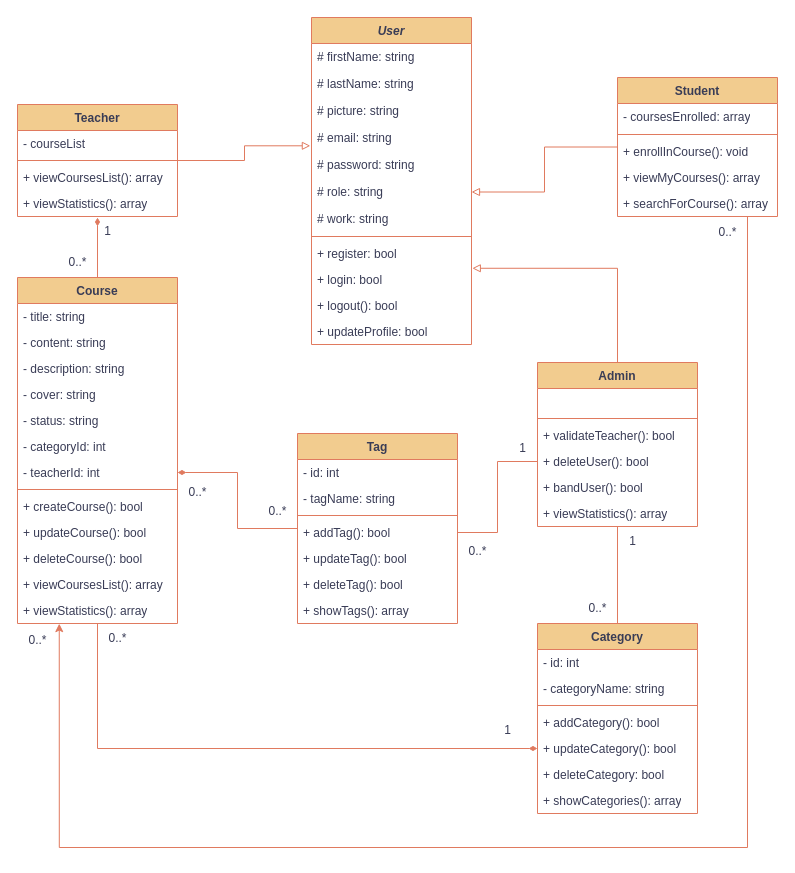
aliyara290/GoLearning keeps this draw.io diagram as diagrams/class-diagram.drawio. Above is the earlier version. Source tidied: cells renumbered, new cells numbered last; positions are measured from the earlier drawing's top-left corner, leaving out a move shared by most shapes. Both pictures are drawn from the tidied source at 100%, with x=0, y=0 at pixel (17, 17).
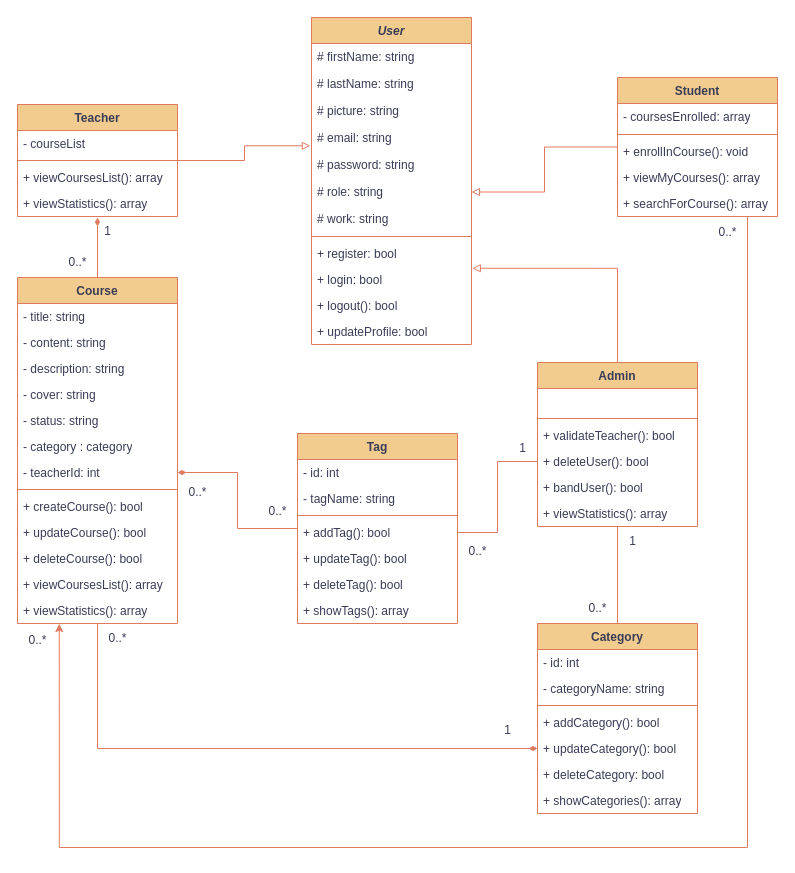
After the change.

The change refers to these unchanged cells:
```xml
<mxCell id="45" value="Course" style="swimlane;fontStyle=1;align=center;verticalAlign=top;horizontal=1;startSize=26;whiteSpace=wrap;html=1;labelBackgroundColor=none;fillColor=#F2CC8F;strokeColor=#E07A5F;fontColor=#393C56;" parent="1" vertex="1">
  <mxGeometry y="260" width="160" height="346" as="geometry" />
</mxCell>
```

Change to the diagram source:
```diff
@@
-    <mxCell id="51" value="- categoryId: int" style="text;strokeColor=none;fillColor=none;align=left;verticalAlign=top;spacingLeft=4;spacingRight=4;overflow=hidden;whiteSpace=wrap;html=1;labelBackgroundColor=none;fontColor=#393C56;" parent="45" vertex="1">
+    <mxCell id="51" value="- category : category" style="text;strokeColor=none;fillColor=none;align=left;verticalAlign=top;spacingLeft=4;spacingRight=4;overflow=hidden;whiteSpace=wrap;html=1;labelBackgroundColor=none;fontColor=#393C56;" parent="45" vertex="1">
       <mxGeometry y="156" width="160" height="26" as="geometry" />
     </mxCell>
```
